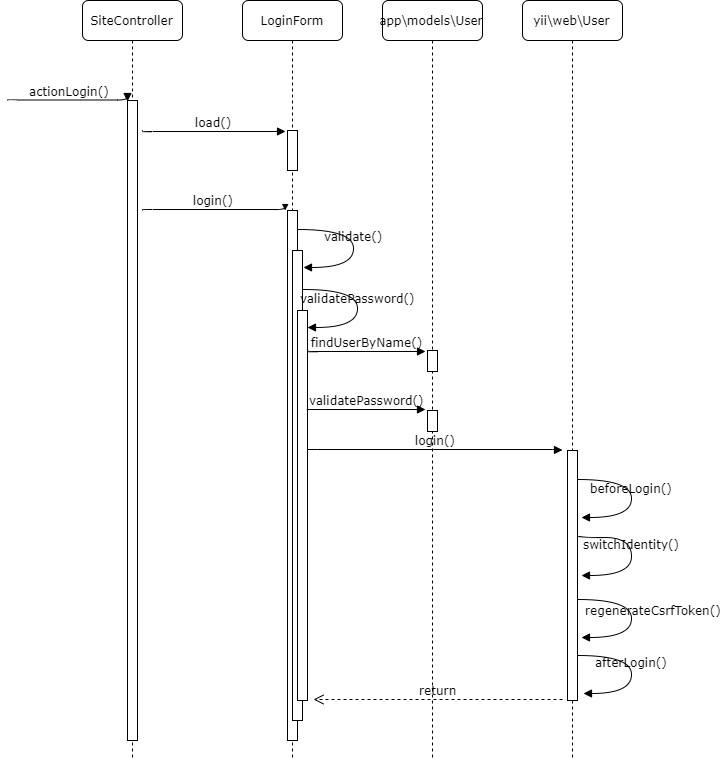
The draw.io diagram docs/07.Login/material/Login-LoginSequence.png in umbalaconmeogia/training-development-skill-for-brse-2, before a commit. Source tidied: cells renumbered, new cells last; positions are measured from the earlier drawing's top-left corner, leaving out a move shared by most shapes.
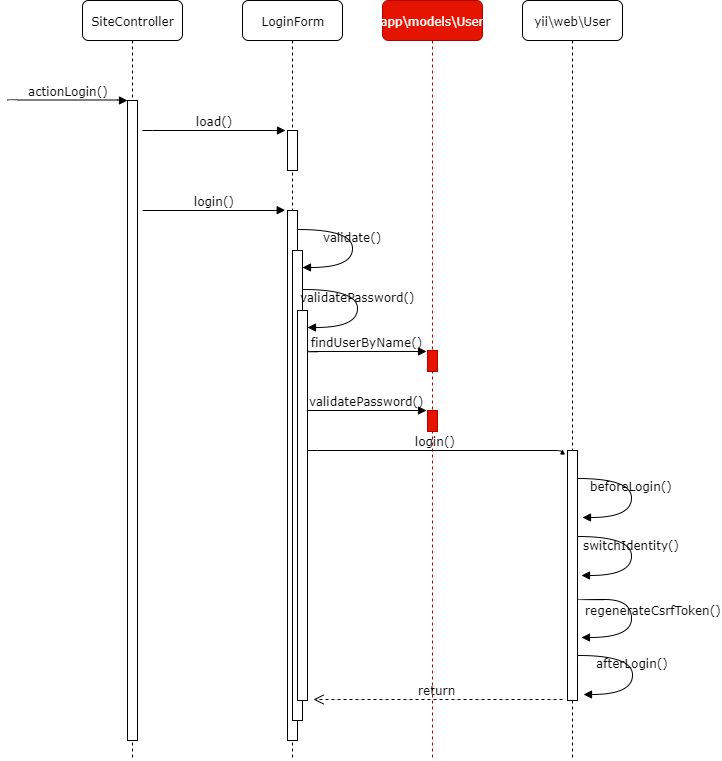
The same file after the commit.

Diff of the diagram source:
```diff
@@ -23,13 +23,13 @@
     <mxCell id="8" style="html=1;points=[];perimeter=orthogonalPerimeter;rounded=0;shadow=0;comic=0;labelBackgroundColor=none;strokeWidth=1;fontFamily=Verdana;fontSize=12;align=center;" parent="4" vertex="1">
       <mxGeometry x="55" y="310" width="10" height="390" as="geometry" />
     </mxCell>
-    <mxCell id="9" value="app\models\User" style="shape=umlLifeline;perimeter=lifelinePerimeter;whiteSpace=wrap;html=1;rounded=1;shadow=0;comic=0;labelBackgroundColor=none;strokeWidth=1;fontFamily=Verdana;fontSize=12;align=center;" parent="1" vertex="1">
+    <mxCell id="9" value="app\models\User" style="shape=umlLifeline;perimeter=lifelinePerimeter;whiteSpace=wrap;html=1;rounded=1;shadow=0;comic=0;labelBackgroundColor=none;strokeWidth=1;fontFamily=Verdana;fontSize=12;align=center;fillColor=#e51400;strokeColor=#B20000;fontColor=#ffffff;" parent="1" vertex="1">
       <mxGeometry x="375" width="100" height="760" as="geometry" />
     </mxCell>
-    <mxCell id="10" style="html=1;points=[];perimeter=orthogonalPerimeter;rounded=0;shadow=0;comic=0;labelBackgroundColor=none;strokeWidth=1;fontFamily=Verdana;fontSize=12;align=center;" parent="9" vertex="1">
+    <mxCell id="10" style="html=1;points=[];perimeter=orthogonalPerimeter;rounded=0;shadow=0;comic=0;labelBackgroundColor=none;strokeWidth=1;fontFamily=Verdana;fontSize=12;align=center;fillColor=#e51400;strokeColor=#B20000;fontColor=#ffffff;" parent="9" vertex="1">
       <mxGeometry x="45" y="350" width="10" height="21" as="geometry" />
     </mxCell>
-    <mxCell id="11" style="html=1;points=[];perimeter=orthogonalPerimeter;rounded=0;shadow=0;comic=0;labelBackgroundColor=none;strokeWidth=1;fontFamily=Verdana;fontSize=12;align=center;" parent="9" vertex="1">
+    <mxCell id="11" style="html=1;points=[];perimeter=orthogonalPerimeter;rounded=0;shadow=0;comic=0;labelBackgroundColor=none;strokeWidth=1;fontFamily=Verdana;fontSize=12;align=center;fillColor=#e51400;strokeColor=#B20000;fontColor=#ffffff;" parent="9" vertex="1">
       <mxGeometry x="45" y="410" width="10" height="21" as="geometry" />
     </mxCell>
     <mxCell id="12" value="yii\web\User" style="shape=umlLifeline;perimeter=lifelinePerimeter;whiteSpace=wrap;html=1;rounded=1;shadow=0;comic=0;labelBackgroundColor=none;strokeWidth=1;fontFamily=Verdana;fontSize=12;align=center;" parent="1" vertex="1">
```
